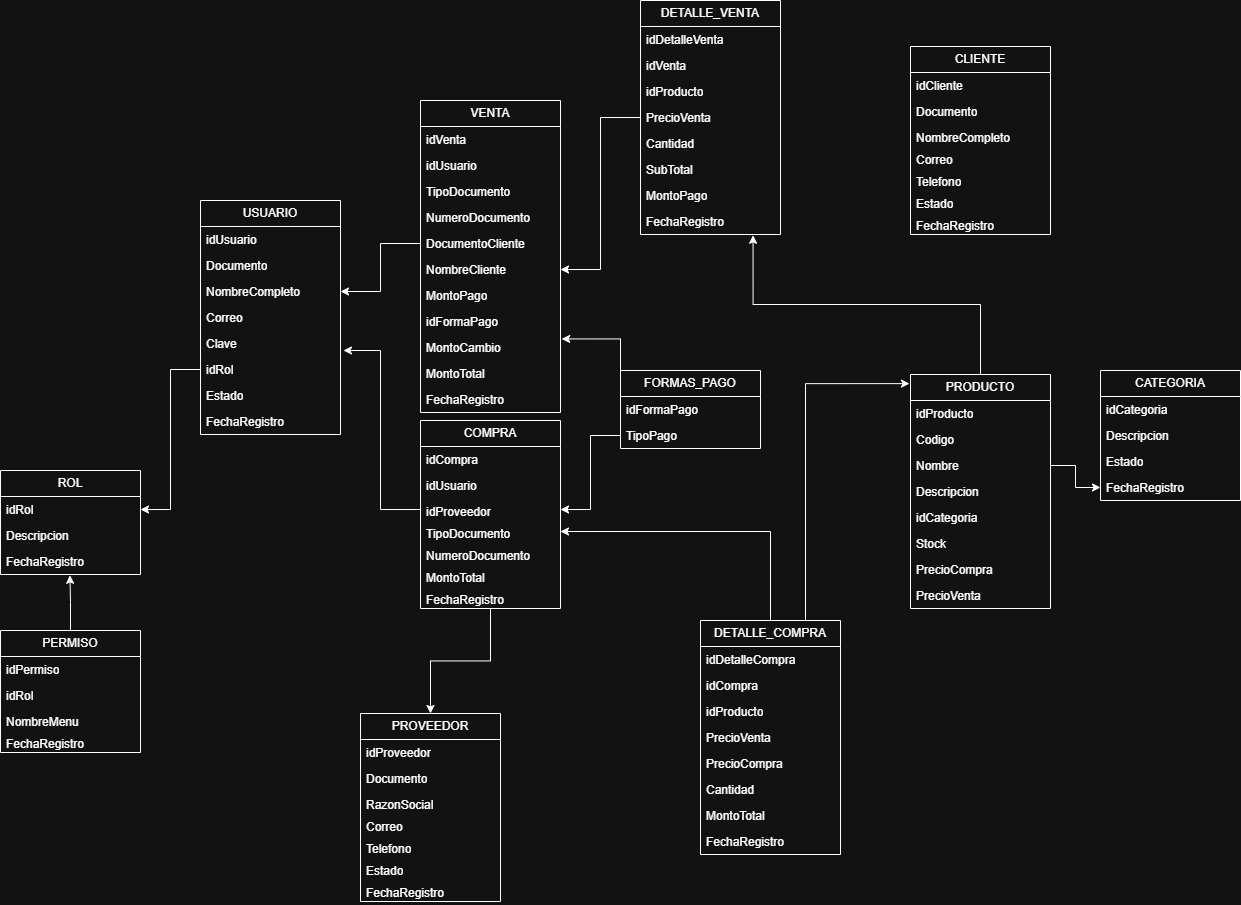
IvanMoreno718/Trabajo-Practicas-Profesionalizantes keeps this draw.io diagram as Diagramas/Diagrama de Dominio.drawio.png. Above is the earlier version. Source tidied: cells renumbered, new cells last; positions are measured from the earlier drawing's top-left corner, leaving out a move shared by most shapes.
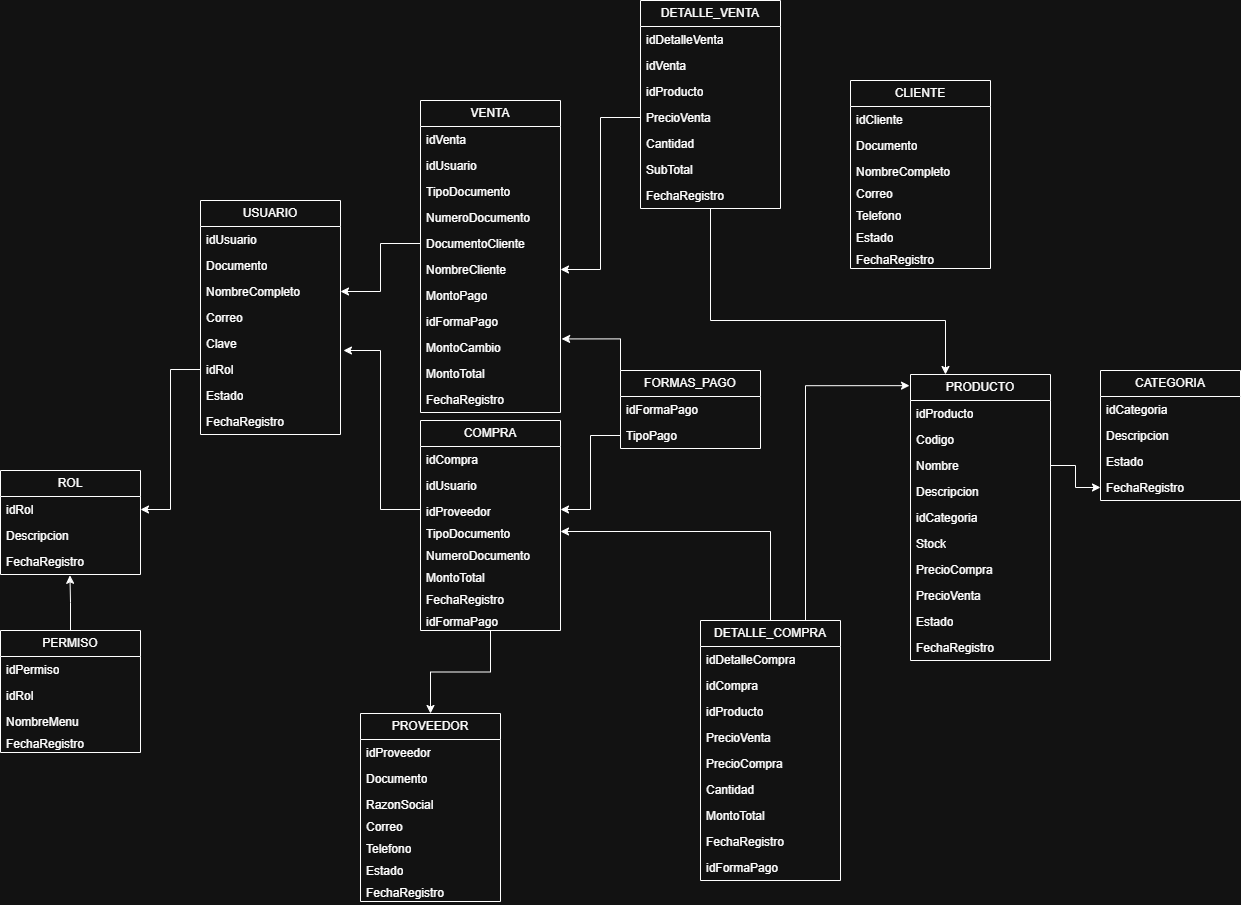
Above is the later version.

Commit message:
otra vez el de dominio

The edit, as a diff of the source:
```diff
@@ -6,7 +6,7 @@
       <mxGeometry relative="1" as="geometry" />
     </mxCell>
     <mxCell id="3" value="COMPRA" style="swimlane;fontStyle=0;horizontal=1;startSize=26;fillColor=none;whiteSpace=wrap;html=1;" parent="1" vertex="1">
-      <mxGeometry x="420" y="420" width="140" height="188" as="geometry" />
+      <mxGeometry x="420" y="420" width="140" height="210" as="geometry" />
     </mxCell>
     <mxCell id="4" value="idCompra" style="text;strokeColor=none;fillColor=none;align=left;verticalAlign=top;spacingLeft=4;spacingRight=4;overflow=hidden;whiteSpace=wrap;html=1;" parent="3" vertex="1">
       <mxGeometry y="26" width="140" height="26" as="geometry" />
@@ -29,6 +29,9 @@
     <mxCell id="10" value="FechaRegistro" style="text;strokeColor=none;fillColor=none;align=left;verticalAlign=top;spacingLeft=4;spacingRight=4;overflow=hidden;whiteSpace=wrap;html=1;" parent="3" vertex="1">
       <mxGeometry y="166" width="140" height="22" as="geometry" />
     </mxCell>
+    <mxCell id="103" value="idFormaPago" style="text;strokeColor=none;fillColor=none;align=left;verticalAlign=top;spacingLeft=4;spacingRight=4;overflow=hidden;whiteSpace=wrap;html=1;" parent="3" vertex="1">
+      <mxGeometry y="188" width="140" height="22" as="geometry" />
+    </mxCell>
     <mxCell id="11" value="PROVEEDOR" style="swimlane;fontStyle=0;horizontal=1;startSize=26;fillColor=none;whiteSpace=wrap;html=1;" parent="1" vertex="1">
       <mxGeometry x="360" y="713" width="140" height="188" as="geometry" />
     </mxCell>
@@ -143,8 +146,16 @@
     <mxCell id="48" value="FechaRegistro" style="text;strokeColor=none;fillColor=none;align=left;verticalAlign=top;spacingLeft=4;spacingRight=4;overflow=hidden;whiteSpace=wrap;html=1;" parent="37" vertex="1">
       <mxGeometry y="286" width="140" height="26" as="geometry" />
     </mxCell>
+    <mxCell id="104" style="edgeStyle=orthogonalEdgeStyle;rounded=0;jettySize=auto;html=1;entryX=0.25;entryY=0;entryDx=0;entryDy=0;" parent="1" edge="1" source="49" target="58">
+      <mxGeometry relative="1" as="geometry">
+        <Array as="points">
+          <mxPoint x="710" y="320" />
+          <mxPoint x="945" y="320" />
+        </Array>
+      </mxGeometry>
+    </mxCell>
     <mxCell id="49" value="DETALLE_VENTA" style="swimlane;fontStyle=0;horizontal=1;startSize=26;fillColor=none;whiteSpace=wrap;html=1;" parent="1" vertex="1">
-      <mxGeometry x="640" width="140" height="234" as="geometry" />
+      <mxGeometry x="640" width="140" height="208" as="geometry" />
     </mxCell>
     <mxCell id="50" value="idDetalleVenta" style="text;strokeColor=none;fillColor=none;align=left;verticalAlign=top;spacingLeft=4;spacingRight=4;overflow=hidden;whiteSpace=wrap;html=1;" parent="49" vertex="1">
       <mxGeometry y="26" width="140" height="26" as="geometry" />
@@ -164,14 +175,11 @@
     <mxCell id="55" value="SubTotal" style="text;strokeColor=none;fillColor=none;align=left;verticalAlign=top;spacingLeft=4;spacingRight=4;overflow=hidden;whiteSpace=wrap;html=1;" parent="49" vertex="1">
       <mxGeometry y="156" width="140" height="26" as="geometry" />
     </mxCell>
-    <mxCell id="56" value="MontoPago" style="text;strokeColor=none;fillColor=none;align=left;verticalAlign=top;spacingLeft=4;spacingRight=4;overflow=hidden;whiteSpace=wrap;html=1;" parent="49" vertex="1">
-      <mxGeometry y="182" width="140" height="26" as="geometry" />
-    </mxCell>
     <mxCell id="57" value="FechaRegistro" style="text;strokeColor=none;fillColor=none;align=left;verticalAlign=top;spacingLeft=4;spacingRight=4;overflow=hidden;points=[[0,0.5],[1,0.5]];portConstraint=eastwest;whiteSpace=wrap;html=1;" parent="49" vertex="1">
-      <mxGeometry y="208" width="140" height="26" as="geometry" />
+      <mxGeometry y="182" width="140" height="26" as="geometry" />
     </mxCell>
     <mxCell id="58" value="PRODUCTO" style="swimlane;fontStyle=0;horizontal=1;startSize=26;fillColor=none;whiteSpace=wrap;html=1;" parent="1" vertex="1">
-      <mxGeometry x="910" y="374" width="140" height="234" as="geometry" />
+      <mxGeometry x="910" y="374" width="140" height="286" as="geometry" />
     </mxCell>
     <mxCell id="59" value="idProducto" style="text;strokeColor=none;fillColor=none;align=left;verticalAlign=top;spacingLeft=4;spacingRight=4;overflow=hidden;whiteSpace=wrap;html=1;" parent="58" vertex="1">
       <mxGeometry y="26" width="140" height="26" as="geometry" />
@@ -197,11 +205,17 @@
     <mxCell id="66" value="PrecioVenta" style="text;strokeColor=none;fillColor=none;align=left;verticalAlign=top;spacingLeft=4;spacingRight=4;overflow=hidden;whiteSpace=wrap;html=1;" parent="58" vertex="1">
       <mxGeometry y="208" width="140" height="26" as="geometry" />
     </mxCell>
+    <mxCell id="105" value="Estado" style="text;strokeColor=none;fillColor=none;align=left;verticalAlign=top;spacingLeft=4;spacingRight=4;overflow=hidden;whiteSpace=wrap;html=1;" parent="58" vertex="1">
+      <mxGeometry y="234" width="140" height="26" as="geometry" />
+    </mxCell>
+    <mxCell id="106" value="FechaRegistro" style="text;strokeColor=none;fillColor=none;align=left;verticalAlign=top;spacingLeft=4;spacingRight=4;overflow=hidden;whiteSpace=wrap;html=1;" parent="58" vertex="1">
+      <mxGeometry y="260" width="140" height="26" as="geometry" />
+    </mxCell>
     <mxCell id="67" style="edgeStyle=orthogonalEdgeStyle;rounded=0;jettySize=auto;html=1;entryX=1;entryY=0.5;entryDx=0;entryDy=0;" parent="1" edge="1" source="68" target="7">
       <mxGeometry relative="1" as="geometry" />
     </mxCell>
     <mxCell id="68" value="DETALLE_COMPRA" style="swimlane;fontStyle=0;horizontal=1;startSize=26;fillColor=none;whiteSpace=wrap;html=1;" parent="1" vertex="1">
-      <mxGeometry x="700" y="620" width="140" height="234" as="geometry" />
+      <mxGeometry x="700" y="620" width="140" height="260" as="geometry" />
     </mxCell>
     <mxCell id="69" value="idDetalleCompra" style="text;strokeColor=none;fillColor=none;align=left;verticalAlign=top;spacingLeft=4;spacingRight=4;overflow=hidden;whiteSpace=wrap;html=1;" parent="68" vertex="1">
       <mxGeometry y="26" width="140" height="26" as="geometry" />
@@ -227,6 +241,9 @@
     <mxCell id="76" value="FechaRegistro" style="text;strokeColor=none;fillColor=none;align=left;verticalAlign=top;spacingLeft=4;spacingRight=4;overflow=hidden;whiteSpace=wrap;html=1;" parent="68" vertex="1">
       <mxGeometry y="208" width="140" height="26" as="geometry" />
     </mxCell>
+    <mxCell id="107" value="idFormaPago" style="text;strokeColor=none;fillColor=none;align=left;verticalAlign=top;spacingLeft=4;spacingRight=4;overflow=hidden;whiteSpace=wrap;html=1;" parent="68" vertex="1">
+      <mxGeometry y="234" width="140" height="26" as="geometry" />
+    </mxCell>
     <mxCell id="77" value="CATEGORIA" style="swimlane;fontStyle=0;horizontal=1;startSize=26;fillColor=none;whiteSpace=wrap;html=1;" parent="1" vertex="1">
       <mxGeometry x="1100" y="370" width="140" height="130" as="geometry" />
     </mxCell>
@@ -243,7 +260,7 @@
       <mxGeometry y="104" width="140" height="26" as="geometry" />
     </mxCell>
     <mxCell id="82" value="CLIENTE" style="swimlane;fontStyle=0;horizontal=1;startSize=26;fillColor=none;whiteSpace=wrap;html=1;" parent="1" vertex="1">
-      <mxGeometry x="910" y="46" width="140" height="188" as="geometry" />
+      <mxGeometry x="850" y="80" width="140" height="188" as="geometry" />
     </mxCell>
     <mxCell id="83" value="idCliente" style="text;strokeColor=none;fillColor=none;align=left;verticalAlign=top;spacingLeft=4;spacingRight=4;overflow=hidden;whiteSpace=wrap;html=1;" parent="82" vertex="1">
       <mxGeometry y="26" width="140" height="26" as="geometry" />
@@ -281,9 +298,6 @@
     <mxCell id="94" style="edgeStyle=orthogonalEdgeStyle;rounded=0;jettySize=auto;html=1;entryX=1;entryY=0.5;entryDx=0;entryDy=0;" parent="1" edge="1" source="34" target="25">
       <mxGeometry relative="1" as="geometry" />
     </mxCell>
-    <mxCell id="95" style="edgeStyle=orthogonalEdgeStyle;rounded=0;jettySize=auto;html=1;entryX=0.804;entryY=1.031;entryDx=0;entryDy=0;entryPerimeter=0;" parent="1" edge="1" source="58" target="57">
-      <mxGeometry relative="1" as="geometry" />
-    </mxCell>
     <mxCell id="96" style="edgeStyle=orthogonalEdgeStyle;rounded=0;jettySize=auto;html=1;exitX=0.75;exitY=0;exitDx=0;exitDy=0;entryX=-0.007;entryY=0.039;entryDx=0;entryDy=0;entryPerimeter=0;" parent="1" edge="1" source="68" target="58">
       <mxGeometry relative="1" as="geometry" />
     </mxCell>
```
